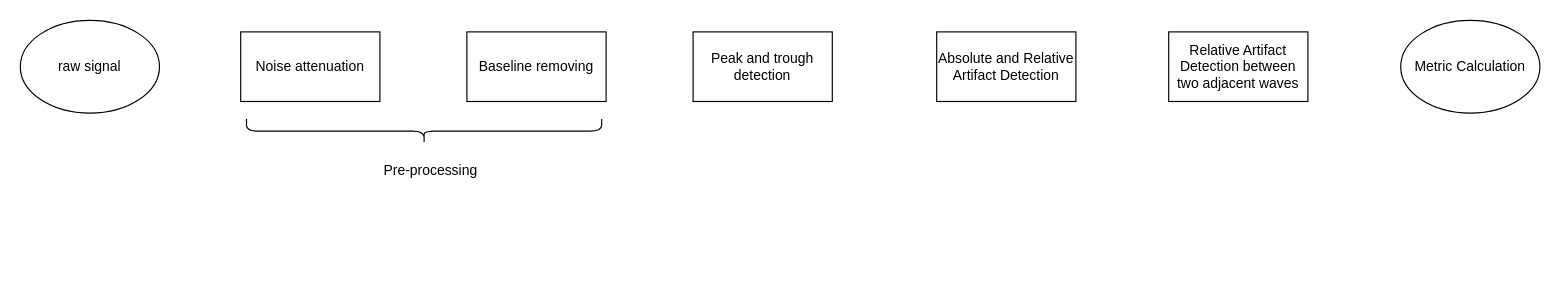
The draw.io diagram Propess stages.drawio in 1102131860/FYP, before the edit. Source tidied: cells renumbered, new cells numbered last; positions are measured from the earlier drawing's top-left corner, leaving out a move shared by most shapes. Both pictures are drawn from the tidied source at 116%, with x=0, y=0 at pixel (20, -48).
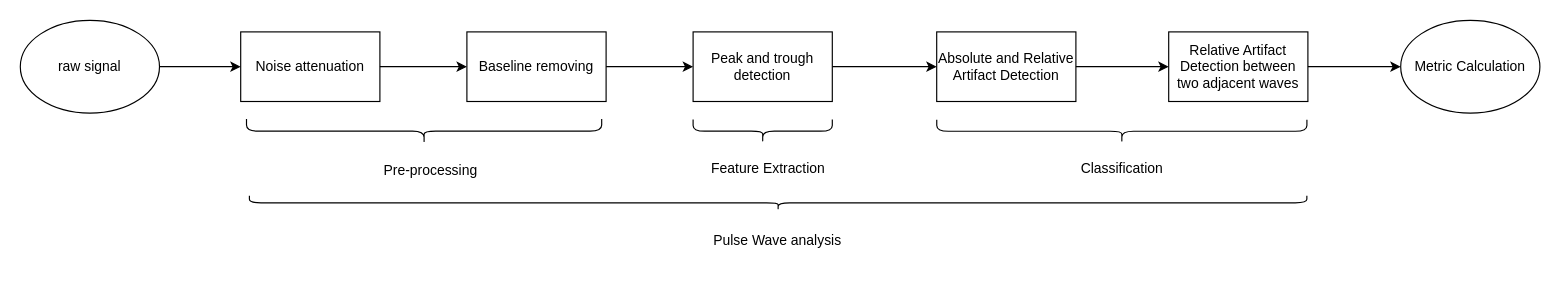
Above is the later version.

The change refers to these unchanged cells:
```xml
<mxCell id="2" value="Noise attenuation" style="rounded=0;whiteSpace=wrap;html=1;" parent="1" vertex="1">
  <mxGeometry x="190" y="68" width="120" height="60" as="geometry" />
</mxCell>
<mxCell id="3" value="Baseline removing" style="rounded=0;whiteSpace=wrap;html=1;" parent="1" vertex="1">
  <mxGeometry x="385" y="68" width="120" height="60" as="geometry" />
</mxCell>
<mxCell id="4" value="Peak and trough detection" style="rounded=0;whiteSpace=wrap;html=1;" parent="1" vertex="1">
  <mxGeometry x="580" y="68" width="120" height="60" as="geometry" />
</mxCell>
<mxCell id="5" value="Absolute and Relative Artifact Detection" style="rounded=0;whiteSpace=wrap;html=1;" parent="1" vertex="1">
  <mxGeometry x="790" y="68" width="120" height="60" as="geometry" />
</mxCell>
<mxCell id="6" value="Relative Artifact Detection between two adjacent waves" style="rounded=0;whiteSpace=wrap;html=1;" parent="1" vertex="1">
  <mxGeometry x="990" y="68" width="120" height="60" as="geometry" />
</mxCell>
<mxCell id="7" value="Metric Calculation" style="ellipse;whiteSpace=wrap;html=1;" parent="1" vertex="1">
  <mxGeometry x="1190" y="58" width="120" height="80" as="geometry" />
</mxCell>
<mxCell id="8" value="raw signal" style="ellipse;whiteSpace=wrap;html=1;" parent="1" vertex="1">
  <mxGeometry y="58" width="120" height="80" as="geometry" />
</mxCell>
```

The edit, as a diff of the source:
```diff
@@
+    <mxCell id="11" style="shape=curlyBracket;whiteSpace=wrap;html=1;rounded=1;flipH=1;labelPosition=right;verticalLabelPosition=middle;align=left;verticalAlign=middle;rotation=90;size=0.5;" parent="1" vertex="1">
+      <mxGeometry x="630" y="93.6" width="20" height="120" as="geometry" />
+    </mxCell>
+    <mxCell id="12" value="Feature Extraction" style="text;html=1;strokeColor=none;fillColor=none;align=center;verticalAlign=middle;whiteSpace=wrap;rounded=0;" parent="1" vertex="1">
+      <mxGeometry x="590" y="168" width="110" height="35" as="geometry" />
+    </mxCell>
+    <mxCell id="13" style="shape=curlyBracket;whiteSpace=wrap;html=1;rounded=1;flipH=1;labelPosition=right;verticalLabelPosition=middle;align=left;verticalAlign=middle;rotation=90;size=0.5;" parent="1" vertex="1">
+      <mxGeometry x="939.6" y="-5.9" width="20" height="319.1" as="geometry" />
+    </mxCell>
+    <mxCell id="14" value="Classification" style="text;html=1;strokeColor=none;fillColor=none;align=center;verticalAlign=middle;whiteSpace=wrap;rounded=0;" parent="1" vertex="1">
+      <mxGeometry x="899.8" y="168" width="99.6" height="35" as="geometry" />
+    </mxCell>
+    <mxCell id="15" style="shape=curlyBracket;whiteSpace=wrap;html=1;rounded=1;flipH=1;labelPosition=right;verticalLabelPosition=middle;align=left;verticalAlign=middle;rotation=90;" parent="1" vertex="1">
+      <mxGeometry x="647.2" y="-240.4" width="12.2" height="911.6" as="geometry" />
+    </mxCell>
+    <mxCell id="16" value="Pulse Wave analysis" style="text;html=1;strokeColor=none;fillColor=none;align=center;verticalAlign=middle;whiteSpace=wrap;rounded=0;" parent="1" vertex="1">
+      <mxGeometry x="573.3" y="228" width="160" height="40" as="geometry" />
+    </mxCell>
+    <mxCell id="17" style="endArrow=classic;html=1;rounded=0;entryX=0;entryY=0.5;entryDx=0;entryDy=0;exitX=1;exitY=0.5;exitDx=0;exitDy=0;" parent="1" edge="1" source="8" target="2">
+      <mxGeometry relative="1" as="geometry" />
+    </mxCell>
+    <mxCell id="18" style="endArrow=classic;html=1;rounded=0;exitX=1;exitY=0.5;exitDx=0;exitDy=0;entryX=0;entryY=0.5;entryDx=0;entryDy=0;" parent="1" edge="1" source="2" target="3">
+      <mxGeometry relative="1" as="geometry" />
+    </mxCell>
+    <mxCell id="19" style="endArrow=classic;html=1;rounded=0;exitX=1;exitY=0.5;exitDx=0;exitDy=0;entryX=0;entryY=0.5;entryDx=0;entryDy=0;" parent="1" edge="1" source="3" target="4">
+      <mxGeometry relative="1" as="geometry" />
+    </mxCell>
+    <mxCell id="20" style="endArrow=classic;html=1;rounded=0;exitX=1;exitY=0.5;exitDx=0;exitDy=0;entryX=0;entryY=0.5;entryDx=0;entryDy=0;" parent="1" edge="1" source="4" target="5">
+      <mxGeometry relative="1" as="geometry" />
+    </mxCell>
+    <mxCell id="21" style="endArrow=classic;html=1;rounded=0;exitX=1;exitY=0.5;exitDx=0;exitDy=0;entryX=0;entryY=0.5;entryDx=0;entryDy=0;" parent="1" edge="1" source="5" target="6">
+      <mxGeometry relative="1" as="geometry" />
+    </mxCell>
+    <mxCell id="22" style="endArrow=classic;html=1;rounded=0;entryX=0;entryY=0.5;entryDx=0;entryDy=0;exitX=1;exitY=0.5;exitDx=0;exitDy=0;" parent="1" edge="1" source="6" target="7">
+      <mxGeometry relative="1" as="geometry" />
+    </mxCell>
```
